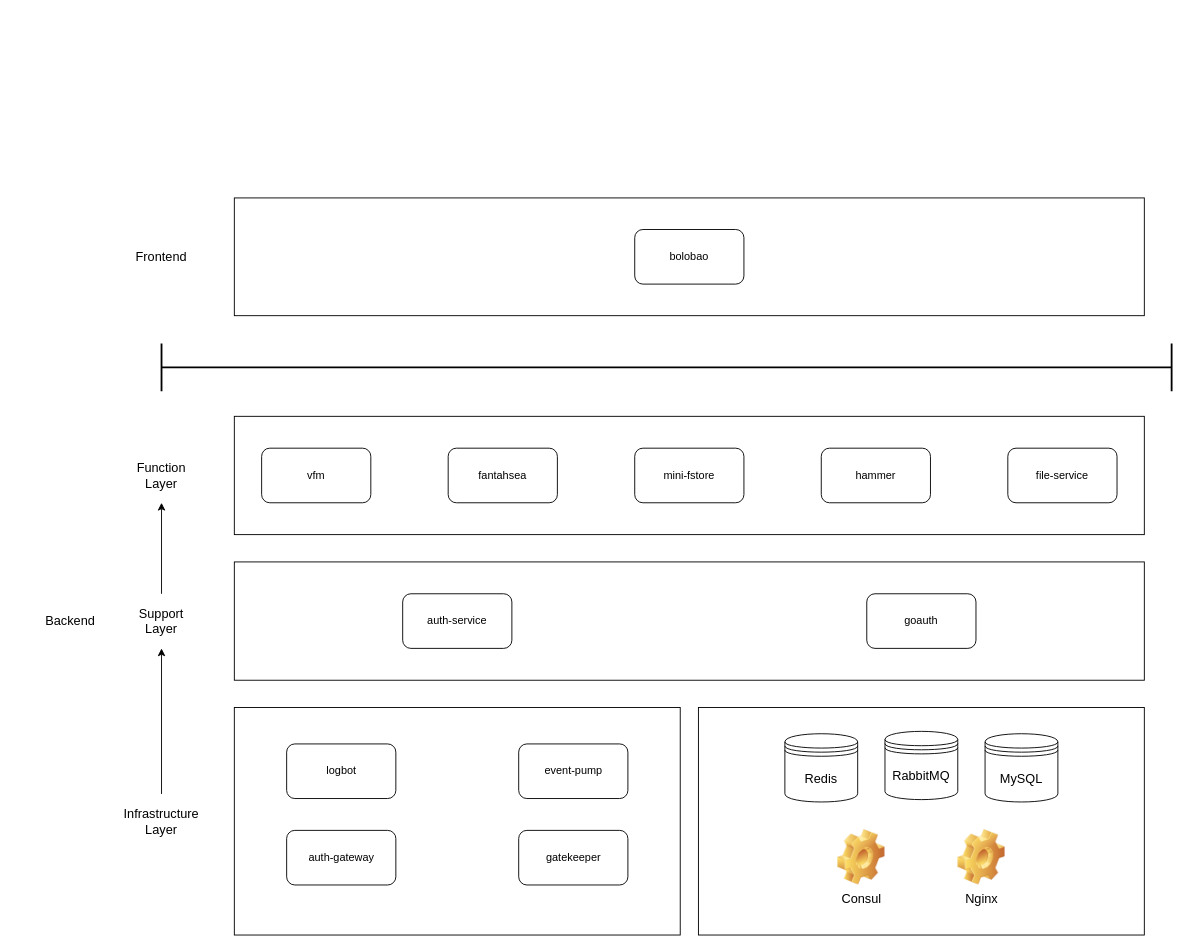
Earlier version of the draw.io diagram infrastructure.drawio (CurtisNewbie/system-overview). Source tidied: cells renumbered, new cells numbered last; positions are measured from the earlier drawing's top-left corner, leaving out a move shared by most shapes. Both pictures are drawn from the tidied source at 91%, with x=0, y=0 at pixel (15, 197).
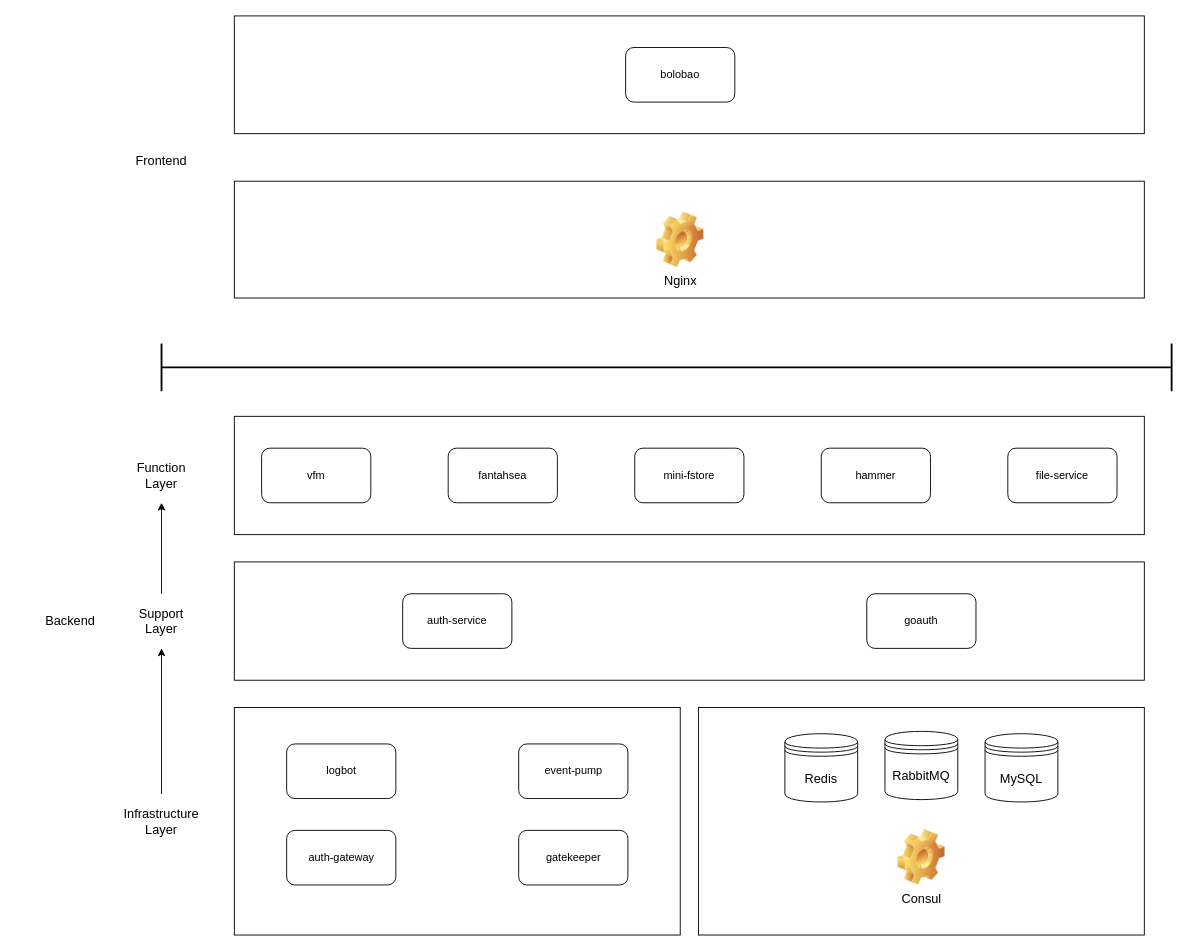
Above is the later version.

The edit, as a diff of the source:
```diff
@@
+    <mxCell id="32" style="rounded=0;whiteSpace=wrap;html=1;fillColor=none;" parent="1" vertex="1">
+      <mxGeometry x="240" y="-18.4" width="1000" height="128.4" as="geometry" />
+    </mxCell>
@@
     <mxCell id="22" style="rounded=0;whiteSpace=wrap;html=1;fillColor=none;" parent="1" vertex="1">
-      <mxGeometry x="240" width="1000" height="129.4" as="geometry" />
+      <mxGeometry x="240" y="-200" width="1000" height="129.4" as="geometry" />
     </mxCell>
     <mxCell id="23" value="bolobao" style="rounded=1;whiteSpace=wrap;html=1;fillColor=none;verticalAlign=middle;align=center;" parent="1" vertex="1">
-      <mxGeometry x="680" y="34.7" width="120" height="60" as="geometry" />
+      <mxGeometry x="670" y="-165.3" width="120" height="60" as="geometry" />
     </mxCell>
@@
     <mxCell id="25" value="Nginx" style="shape=image;html=1;verticalLabelPosition=bottom;verticalAlign=top;imageAspect=1;image=img/clipart/Gear_128x128.png;fontSize=14;fillColor=none;" parent="1" vertex="1">
-      <mxGeometry x="1035" y="694" width="52" height="61" as="geometry" />
+      <mxGeometry x="704" y="15.3" width="52" height="61" as="geometry" />
     </mxCell>
@@
     <mxCell id="28" value="Consul" style="shape=image;html=1;verticalLabelPosition=bottom;verticalAlign=top;imageAspect=1;image=img/clipart/Gear_128x128.png;fontSize=14;fillColor=none;" parent="1" vertex="1">
-      <mxGeometry x="903" y="694" width="52" height="61" as="geometry" />
+      <mxGeometry x="969" y="694" width="52" height="61" as="geometry" />
     </mxCell>
     <mxCell id="29" value="Frontend" style="text;html=1;strokeColor=none;fillColor=none;align=center;verticalAlign=middle;whiteSpace=wrap;rounded=0;fontSize=14;" parent="1" vertex="1">
-      <mxGeometry x="100" y="34.7" width="120" height="60" as="geometry" />
+      <mxGeometry x="100" y="-70.6" width="120" height="60" as="geometry" />
     </mxCell>
```
